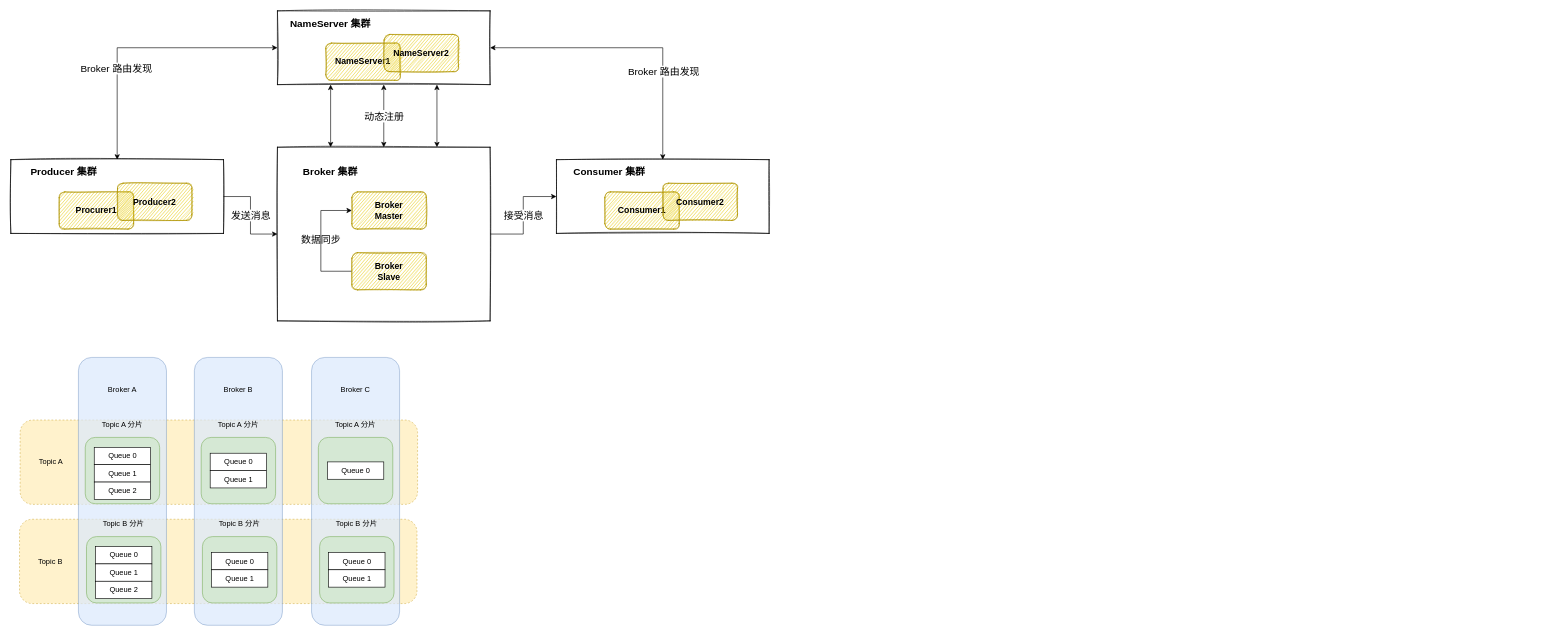
gelald/drawio-storage keeps this draw.io diagram as RocketMQ.drawio. Above is the earlier version. Source tidied: cells renumbered, new cells numbered last; positions are measured from the earlier drawing's top-left corner, leaving out a move shared by most shapes. Both pictures are drawn from the tidied source at 62%, with x=0, y=0 at pixel (11, 11).
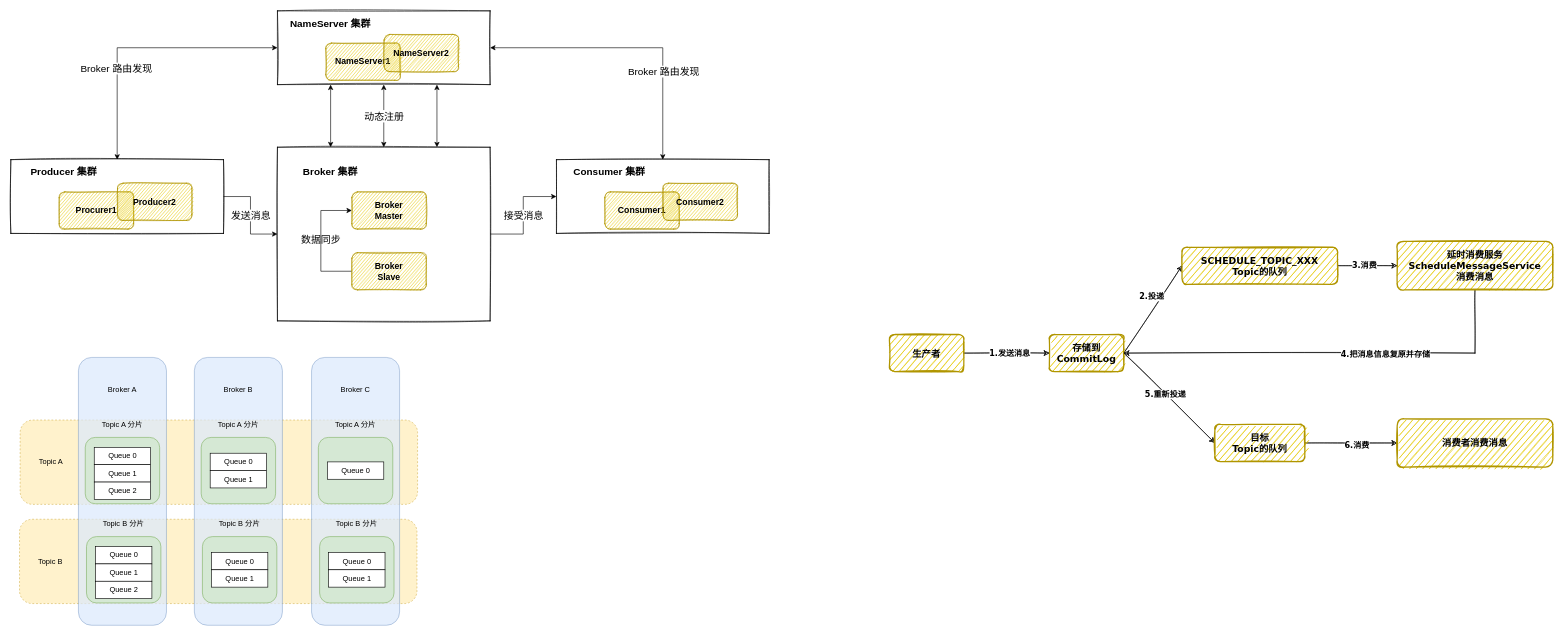
Above is the later version.

Commit message (it also covers changes not shown here):
添加RocketMQ延时消息流程图

Change to the diagram source:
```diff
@@
     <mxCell id="8" style="group;" parent="1" vertex="1">
-      <mxGeometry width="1223" height="500" as="geometry" />
+      <mxGeometry width="1223" height="522" as="geometry" />
     </mxCell>
@@
+    <mxCell id="78" style="edgeStyle=orthogonalEdgeStyle;rounded=0;jettySize=auto;html=1;exitX=1;exitY=0.5;exitDx=0;exitDy=0;fontFamily=Helvetica;fontSize=12;fontColor=#000000;sketch=1;" parent="1" edge="1" source="80" target="85">
+      <mxGeometry relative="1" as="geometry" />
+    </mxCell>
+    <mxCell id="79" value="&lt;font size=&quot;1&quot; face=&quot;Verdana&quot;&gt;&lt;b style=&quot;font-size: 13px;&quot;&gt;1.发送消息&lt;/b&gt;&lt;/font&gt;" style="edgeLabel;html=1;align=center;verticalAlign=middle;fontSize=12;fontFamily=Helvetica;fontColor=#000000;" parent="78" vertex="1">
+      <mxGeometry x="0.21" y="1" relative="1" as="geometry">
+        <mxPoint x="-10" as="offset" />
+      </mxGeometry>
+    </mxCell>
+    <mxCell id="80" value="&lt;font style=&quot;font-size: 15px;&quot; face=&quot;Verdana&quot;&gt;&lt;b&gt;生产者&lt;/b&gt;&lt;/font&gt;" style="rounded=1;whiteSpace=wrap;html=1;sketch=1;fillStyle=auto;shadow=0;glass=0;fillColor=#e3c800;strokeColor=#B09500;fontColor=#000000;strokeWidth=2;" parent="1" vertex="1">
+      <mxGeometry x="1417" y="522" width="120" height="60" as="geometry" />
+    </mxCell>
+    <mxCell id="81" style="rounded=0;sketch=1;jettySize=auto;html=1;exitX=1;exitY=0.5;exitDx=0;exitDy=0;entryX=0;entryY=0.5;entryDx=0;entryDy=0;fontFamily=Verdana;fontSize=13;fontColor=#000000;" parent="1" edge="1" source="85" target="88">
+      <mxGeometry relative="1" as="geometry" />
+    </mxCell>
+    <mxCell id="82" value="&lt;b&gt;2.投递&lt;/b&gt;" style="edgeLabel;html=1;align=center;verticalAlign=middle;fontSize=13;fontFamily=Verdana;fontColor=#000000;" parent="81" vertex="1">
+      <mxGeometry x="0.29" y="-2" relative="1" as="geometry">
+        <mxPoint x="-18" y="-2" as="offset" />
+      </mxGeometry>
+    </mxCell>
+    <mxCell id="83" style="edgeStyle=none;rounded=0;sketch=1;jettySize=auto;html=1;exitX=1;exitY=0.5;exitDx=0;exitDy=0;entryX=0;entryY=0.5;entryDx=0;entryDy=0;fontFamily=Verdana;fontSize=13;fontColor=#000000;" parent="1" edge="1" source="85" target="94">
+      <mxGeometry relative="1" as="geometry" />
+    </mxCell>
+    <mxCell id="84" value="&lt;b&gt;5.重新投递&lt;/b&gt;" style="edgeLabel;html=1;align=center;verticalAlign=middle;fontSize=13;fontFamily=Verdana;fontColor=#000000;" parent="83" vertex="1">
+      <mxGeometry x="-0.09" y="-1" relative="1" as="geometry" />
+    </mxCell>
+    <mxCell id="85" value="&lt;font style=&quot;font-size: 15px;&quot; face=&quot;Verdana&quot;&gt;&lt;b&gt;存储到CommitLog&lt;/b&gt;&lt;/font&gt;" style="rounded=1;whiteSpace=wrap;html=1;sketch=1;fillStyle=auto;shadow=0;glass=0;fillColor=#e3c800;strokeColor=#B09500;fontColor=#000000;strokeWidth=2;" parent="1" vertex="1">
+      <mxGeometry x="1675" y="522" width="120" height="60" as="geometry" />
+    </mxCell>
+    <mxCell id="86" style="edgeStyle=none;rounded=0;sketch=1;jettySize=auto;html=1;exitX=1;exitY=0.5;exitDx=0;exitDy=0;entryX=0;entryY=0.5;entryDx=0;entryDy=0;fontFamily=Verdana;fontSize=13;fontColor=#000000;" parent="1" edge="1" source="88" target="91">
+      <mxGeometry relative="1" as="geometry" />
+    </mxCell>
+    <mxCell id="87" value="&lt;b&gt;3.消费&lt;/b&gt;" style="edgeLabel;html=1;align=center;verticalAlign=middle;fontSize=13;fontFamily=Verdana;fontColor=#000000;" parent="86" vertex="1">
+      <mxGeometry x="-0.12" y="2" relative="1" as="geometry" />
+    </mxCell>
+    <mxCell id="88" value="&lt;font style=&quot;font-size: 15px;&quot; face=&quot;Verdana&quot;&gt;&lt;b&gt;SCHEDULE_TOPIC_XXX&lt;br&gt;Topic的队列&lt;br&gt;&lt;/b&gt;&lt;/font&gt;" style="rounded=1;whiteSpace=wrap;html=1;sketch=1;fillStyle=auto;shadow=0;glass=0;fillColor=#e3c800;strokeColor=#B09500;fontColor=#000000;strokeWidth=2;" parent="1" vertex="1">
+      <mxGeometry x="1889" y="381" width="251" height="60" as="geometry" />
+    </mxCell>
+    <mxCell id="89" style="edgeStyle=orthogonalEdgeStyle;rounded=0;sketch=1;jettySize=auto;html=1;exitX=0.5;exitY=1;exitDx=0;exitDy=0;entryX=1;entryY=0.5;entryDx=0;entryDy=0;fontFamily=Verdana;fontSize=13;fontColor=#000000;" parent="1" edge="1" source="91" target="85">
+      <mxGeometry relative="1" as="geometry" />
+    </mxCell>
+    <mxCell id="90" value="&lt;b&gt;4.把消息信息复原并存储&lt;/b&gt;" style="edgeLabel;html=1;align=center;verticalAlign=middle;fontSize=13;fontFamily=Verdana;fontColor=#000000;" parent="89" vertex="1">
+      <mxGeometry x="-0.26" y="1" relative="1" as="geometry">
+        <mxPoint y="-1" as="offset" />
+      </mxGeometry>
+    </mxCell>
+    <mxCell id="91" value="&lt;font style=&quot;font-size: 15px;&quot; face=&quot;Verdana&quot;&gt;&lt;b&gt;延时消费服务&lt;br&gt;ScheduleMessageService&lt;br&gt;消费消息&lt;br&gt;&lt;/b&gt;&lt;/font&gt;" style="rounded=1;whiteSpace=wrap;html=1;sketch=1;fillStyle=auto;shadow=0;glass=0;fillColor=#e3c800;strokeColor=#B09500;fontColor=#000000;strokeWidth=2;" parent="1" vertex="1">
+      <mxGeometry x="2236" y="372" width="251" height="78" as="geometry" />
+    </mxCell>
+    <mxCell id="92" style="edgeStyle=none;rounded=0;sketch=1;jettySize=auto;html=1;exitX=1;exitY=0.5;exitDx=0;exitDy=0;entryX=0;entryY=0.5;entryDx=0;entryDy=0;fontFamily=Verdana;fontSize=13;fontColor=#000000;" parent="1" edge="1" source="94" target="95">
+      <mxGeometry relative="1" as="geometry" />
+    </mxCell>
+    <mxCell id="93" value="&lt;b&gt;6.消费&lt;/b&gt;" style="edgeLabel;html=1;align=center;verticalAlign=middle;fontSize=13;fontFamily=Verdana;fontColor=#000000;" parent="92" vertex="1">
+      <mxGeometry x="0.11" y="-2" relative="1" as="geometry" />
+    </mxCell>
+    <mxCell id="94" value="&lt;font style=&quot;font-size: 15px;&quot; face=&quot;Verdana&quot;&gt;&lt;b&gt;目标&lt;br&gt;Topic的队列&lt;br&gt;&lt;/b&gt;&lt;/font&gt;" style="rounded=1;whiteSpace=wrap;html=1;sketch=1;fillStyle=auto;shadow=0;glass=0;fillColor=#e3c800;strokeColor=#B09500;fontColor=#000000;strokeWidth=2;" parent="1" vertex="1">
+      <mxGeometry x="1942" y="667" width="145" height="60" as="geometry" />
+    </mxCell>
+    <mxCell id="95" value="&lt;font style=&quot;font-size: 15px;&quot; face=&quot;Verdana&quot;&gt;&lt;b&gt;消费者消费消息&lt;br&gt;&lt;/b&gt;&lt;/font&gt;" style="rounded=1;whiteSpace=wrap;html=1;sketch=1;fillStyle=auto;shadow=0;glass=0;fillColor=#e3c800;strokeColor=#B09500;fontColor=#000000;strokeWidth=2;" parent="1" vertex="1">
+      <mxGeometry x="2236" y="658" width="251" height="78" as="geometry" />
+    </mxCell>
```
